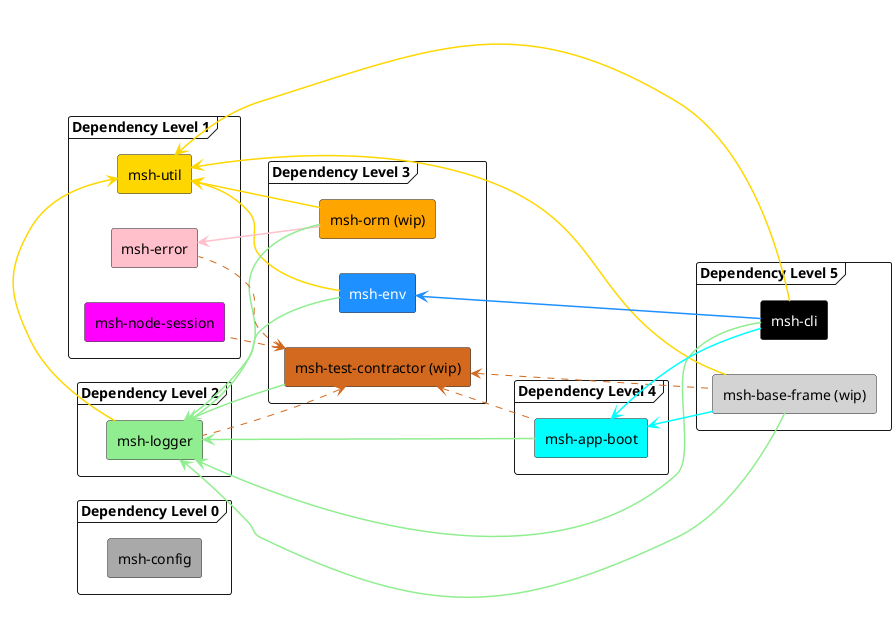
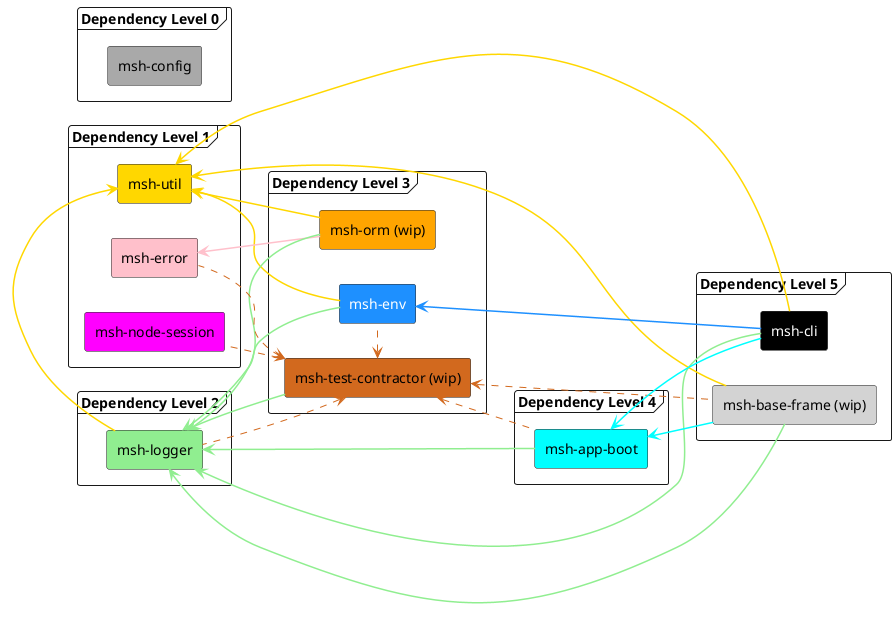
@startuml
left to right direction

<style>
arrow {
  LineThickness 1.5
}
</style>

!$config_color = darkgray
!$util_color = gold
!$node_session_color = Magenta
!$error_color = pink
!$logger_color = lightgreen
!$env_color = DodgerBlue
!$app_boot_color = cyan
!$cli_color = black
!$orm_color = orange
!$test_contractor_color = chocolate
!$base_frame_color = lightgray

frame "Dependency Level 0" as dep_level_0 {
	rectangle "msh-config" as config [[https://github.com/beecode-rs/msh-config]] #$config_color
}

frame "Dependency Level 1" as dep_level_1 {
	rectangle "msh-error" as error [[https://github.com/beecode-rs/msh-error]] #$error_color
	rectangle "msh-node-session" as node_session [[https://github.com/beecode-rs/msh-node-session]] #$node_session_color
	rectangle "msh-util" as util [[https://github.com/beecode-rs/msh-util]] #$util_color
}

frame "Dependency Level 2" as dep_level_2 {
	rectangle "msh-logger" as logger [[https://github.com/beecode-rs/msh-logger]] #$logger_color
}

frame "Dependency Level 3" as dep_level_3 {
	rectangle "msh-orm (wip)" as orm [[https://github.com/beecode-rs/msh-orm]] #$orm_color
	rectangle "msh-env" as env [[https://github.com/beecode-rs/msh-env]] #$env_color;text:white
	rectangle "msh-test-contractor (wip)" as test_contractor [[https://github.com/beecode-rs/msh-test-contractor]] #$test_contractor_color
}

frame "Dependency Level 4" as dep_level_4 {
	rectangle "msh-app-boot" as app_boot [[https://github.com/beecode-rs/msh-app-boot]] #$app_boot_color
}

frame "Dependency Level 5" as dep_level_5 {
	rectangle "msh-base-frame (wip)" as base_frame [[https://github.com/beecode-rs/msh-base-frame]] #$base_frame_color
	rectangle "msh-cli" as cli [[https://github.com/beecode-rs/msh-cli]] #$cli_color;text:white
}

'--- Dependencies (arrows point from dependent → dependency) ---

' msh-util (5 dependents)
util <-- logger #$util_color
util <-- orm #$util_color
util <-- env #$util_color
util <-- cli #$util_color
util <-- base_frame #$util_color

' msh-error (1 dependent)
error <-- orm #$error_color

' msh-logger (6 dependents)
logger <-- test_contractor #$logger_color
logger <-- env #$logger_color
logger <-- app_boot #$logger_color
logger <-- cli #$logger_color
logger <-- base_frame #$logger_color
logger <-- orm #$logger_color

' msh-test-contractor (5 devDependents — dotted lines)
test_contractor <.. app_boot #$test_contractor_color
test_contractor <.. base_frame #$test_contractor_color
+ test_contractor <. env #$test_contractor_color
test_contractor <.. error #$test_contractor_color
test_contractor <.. logger #$test_contractor_color
test_contractor <.. node_session #$test_contractor_color

' msh-app-boot (2 dependents)
app_boot <-- cli #$app_boot_color
app_boot <-- base_frame #$app_boot_color

' msh-env (1 dependent)
env <-- cli #$env_color

+ 'use https://editor.plantuml.com/ to generate link and use https://tinyurl.com/ to update link in README.md
@enduml
